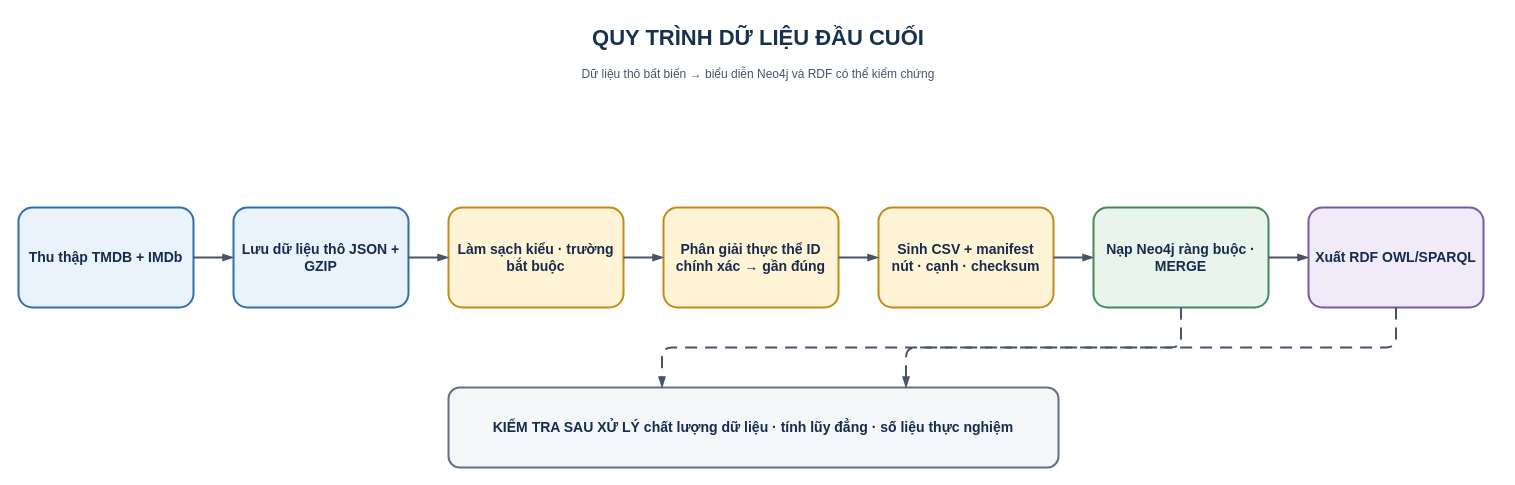
Before: report_latex/images/sources/etl_pipeline.drawio in khanhhk/advanced_database, a draw.io diagram. Source tidied: cells renumbered, new cells numbered last; positions are measured from the earlier drawing's top-left corner, leaving out a move shared by most shapes. Both pictures are drawn from the tidied source at 100%, with x=0, y=0 at pixel (18, 17).
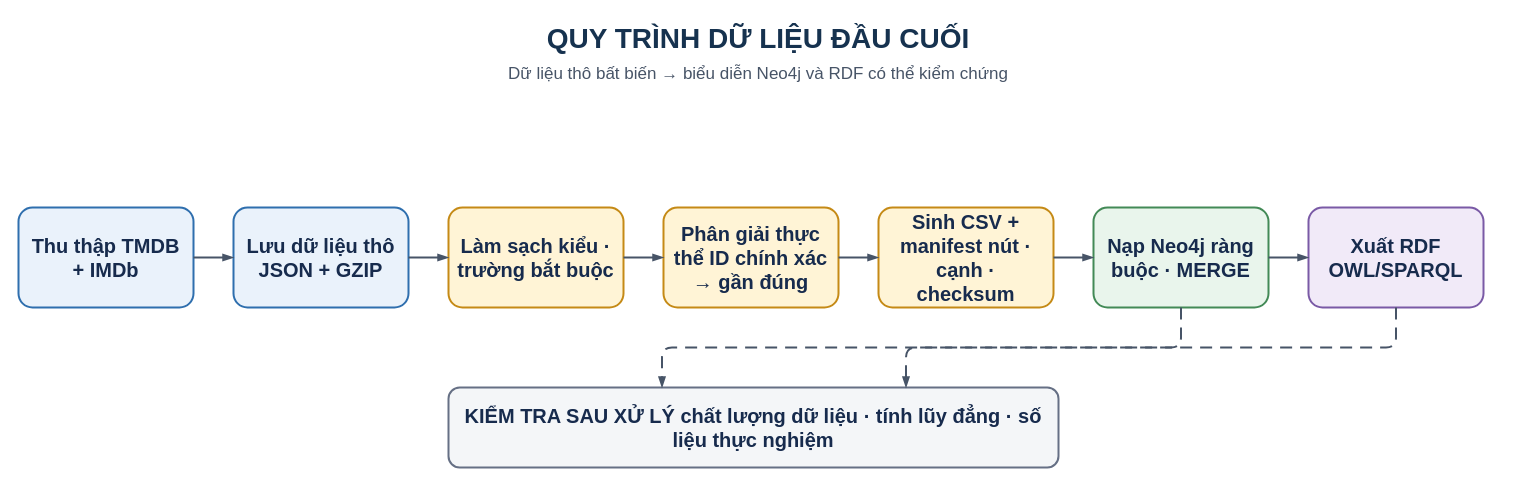
Above is the later version.

Change to the diagram source:
```diff
@@
 <mxGraphModel background="#FFFFFF">
   <root>
     <mxCell id="0" />
     <mxCell id="1" parent="0" />
-    <mxCell id="2" value="QUY TRÌNH DỮ LIỆU ĐẦU CUỐI" style="text;html=1;whiteSpace=wrap;align=center;verticalAlign=middle;fontFamily=Helvetica;fontSize=22;fontColor=#16324F;fontStyle=1;" parent="1" vertex="1">
+    <mxCell id="2" value="QUY TRÌNH DỮ LIỆU ĐẦU CUỐI" style="text;html=1;whiteSpace=wrap;align=center;verticalAlign=middle;fontFamily=Helvetica;fontSize=28;fontColor=#16324F;fontStyle=1;" parent="1" vertex="1">
       <mxGeometry width="1480" height="42" as="geometry" />
     </mxCell>
-    <mxCell id="3" value="Dữ liệu thô bất biến → biểu diễn Neo4j và RDF có thể kiểm chứng" style="text;html=1;whiteSpace=wrap;align=center;verticalAlign=middle;fontFamily=Helvetica;fontSize=12;fontColor=#475467;" parent="1" vertex="1">
+    <mxCell id="3" value="Dữ liệu thô bất biến → biểu diễn Neo4j và RDF có thể kiểm chứng" style="text;html=1;whiteSpace=wrap;align=center;verticalAlign=middle;fontFamily=Helvetica;fontSize=17;fontColor=#475467;" parent="1" vertex="1">
       <mxGeometry y="42" width="1480" height="30" as="geometry" />
     </mxCell>
-    <mxCell id="4" value="Thu thập TMDB + IMDb" style="rounded=1;arcSize=14;whiteSpace=wrap;html=1;align=center;verticalAlign=middle;spacing=8;fontFamily=Helvetica;fontSize=14;fontColor=#172B4D;fillColor=#EAF2FB;strokeColor=#2F6FAE;strokeWidth=2;fontStyle=1;" parent="1" vertex="1">
+    <mxCell id="4" value="Thu thập TMDB + IMDb" style="rounded=1;arcSize=14;whiteSpace=wrap;html=1;align=center;verticalAlign=middle;spacing=8;fontFamily=Helvetica;fontSize=20;fontColor=#172B4D;fillColor=#EAF2FB;strokeColor=#2F6FAE;strokeWidth=2;fontStyle=1;" parent="1" vertex="1">
       <mxGeometry y="190" width="175" height="100" as="geometry" />
     </mxCell>
-    <mxCell id="5" value="Lưu dữ liệu thô JSON + GZIP" style="rounded=1;arcSize=14;whiteSpace=wrap;html=1;align=center;verticalAlign=middle;spacing=8;fontFamily=Helvetica;fontSize=14;fontColor=#172B4D;fillColor=#EAF2FB;strokeColor=#2F6FAE;strokeWidth=2;fontStyle=1;" parent="1" vertex="1">
+    <mxCell id="5" value="Lưu dữ liệu thô JSON + GZIP" style="rounded=1;arcSize=14;whiteSpace=wrap;html=1;align=center;verticalAlign=middle;spacing=8;fontFamily=Helvetica;fontSize=20;fontColor=#172B4D;fillColor=#EAF2FB;strokeColor=#2F6FAE;strokeWidth=2;fontStyle=1;" parent="1" vertex="1">
       <mxGeometry x="215" y="190" width="175" height="100" as="geometry" />
     </mxCell>
-    <mxCell id="6" value="Làm sạch kiểu · trường bắt buộc" style="rounded=1;arcSize=14;whiteSpace=wrap;html=1;align=center;verticalAlign=middle;spacing=8;fontFamily=Helvetica;fontSize=14;fontColor=#172B4D;fillColor=#FFF4D6;strokeColor=#C58A16;strokeWidth=2;fontStyle=1;" parent="1" vertex="1">
+    <mxCell id="6" value="Làm sạch kiểu · trường bắt buộc" style="rounded=1;arcSize=14;whiteSpace=wrap;html=1;align=center;verticalAlign=middle;spacing=8;fontFamily=Helvetica;fontSize=20;fontColor=#172B4D;fillColor=#FFF4D6;strokeColor=#C58A16;strokeWidth=2;fontStyle=1;" parent="1" vertex="1">
       <mxGeometry x="430" y="190" width="175" height="100" as="geometry" />
     </mxCell>
-    <mxCell id="7" value="Phân giải thực thể ID chính xác → gần đúng" style="rounded=1;arcSize=14;whiteSpace=wrap;html=1;align=center;verticalAlign=middle;spacing=8;fontFamily=Helvetica;fontSize=14;fontColor=#172B4D;fillColor=#FFF4D6;strokeColor=#C58A16;strokeWidth=2;fontStyle=1;" parent="1" vertex="1">
+    <mxCell id="7" value="Phân giải thực thể ID chính xác → gần đúng" style="rounded=1;arcSize=14;whiteSpace=wrap;html=1;align=center;verticalAlign=middle;spacing=8;fontFamily=Helvetica;fontSize=20;fontColor=#172B4D;fillColor=#FFF4D6;strokeColor=#C58A16;strokeWidth=2;fontStyle=1;" parent="1" vertex="1">
       <mxGeometry x="645" y="190" width="175" height="100" as="geometry" />
     </mxCell>
-    <mxCell id="8" value="Sinh CSV + manifest nút · cạnh · checksum" style="rounded=1;arcSize=14;whiteSpace=wrap;html=1;align=center;verticalAlign=middle;spacing=8;fontFamily=Helvetica;fontSize=14;fontColor=#172B4D;fillColor=#FFF4D6;strokeColor=#C58A16;strokeWidth=2;fontStyle=1;" parent="1" vertex="1">
+    <mxCell id="8" value="Sinh CSV + manifest nút · cạnh · checksum" style="rounded=1;arcSize=14;whiteSpace=wrap;html=1;align=center;verticalAlign=middle;spacing=8;fontFamily=Helvetica;fontSize=20;fontColor=#172B4D;fillColor=#FFF4D6;strokeColor=#C58A16;strokeWidth=2;fontStyle=1;" parent="1" vertex="1">
       <mxGeometry x="860" y="190" width="175" height="100" as="geometry" />
     </mxCell>
-    <mxCell id="9" value="Nạp Neo4j ràng buộc · MERGE" style="rounded=1;arcSize=14;whiteSpace=wrap;html=1;align=center;verticalAlign=middle;spacing=8;fontFamily=Helvetica;fontSize=14;fontColor=#172B4D;fillColor=#E9F5EC;strokeColor=#438A57;strokeWidth=2;fontStyle=1;" parent="1" vertex="1">
+    <mxCell id="9" value="Nạp Neo4j ràng buộc · MERGE" style="rounded=1;arcSize=14;whiteSpace=wrap;html=1;align=center;verticalAlign=middle;spacing=8;fontFamily=Helvetica;fontSize=20;fontColor=#172B4D;fillColor=#E9F5EC;strokeColor=#438A57;strokeWidth=2;fontStyle=1;" parent="1" vertex="1">
       <mxGeometry x="1075" y="190" width="175" height="100" as="geometry" />
     </mxCell>
-    <mxCell id="10" value="Xuất RDF OWL/SPARQL" style="rounded=1;arcSize=14;whiteSpace=wrap;html=1;align=center;verticalAlign=middle;spacing=8;fontFamily=Helvetica;fontSize=14;fontColor=#172B4D;fillColor=#F1EAF8;strokeColor=#7A5AA6;strokeWidth=2;fontStyle=1;" parent="1" vertex="1">
+    <mxCell id="10" value="Xuất RDF OWL/SPARQL" style="rounded=1;arcSize=14;whiteSpace=wrap;html=1;align=center;verticalAlign=middle;spacing=8;fontFamily=Helvetica;fontSize=20;fontColor=#172B4D;fillColor=#F1EAF8;strokeColor=#7A5AA6;strokeWidth=2;fontStyle=1;" parent="1" vertex="1">
       <mxGeometry x="1290" y="190" width="175" height="100" as="geometry" />
     </mxCell>
-    <mxCell id="11" style="edgeStyle=orthogonalEdgeStyle;rounded=1;jettySize=auto;html=1;strokeColor=#475467;strokeWidth=2;endArrow=blockThin;endFill=1;fontFamily=Helvetica;fontSize=11;fontColor=#344054;labelBackgroundColor=#FFFFFF;exitX=1;exitY=0.5;exitDx=0;exitDy=0;entryX=0;entryY=0.5;entryDx=0;entryDy=0;" parent="1" edge="1" source="4" target="5">
+    <mxCell id="11" style="edgeStyle=orthogonalEdgeStyle;rounded=1;jettySize=auto;html=1;strokeColor=#475467;strokeWidth=2;endArrow=blockThin;endFill=1;fontFamily=Helvetica;fontSize=16;fontColor=#344054;labelBackgroundColor=#FFFFFF;exitX=1;exitY=0.5;exitDx=0;exitDy=0;entryX=0;entryY=0.5;entryDx=0;entryDy=0;" parent="1" edge="1" source="4" target="5">
       <mxGeometry relative="1" as="geometry" />
     </mxCell>
-    <mxCell id="12" style="edgeStyle=orthogonalEdgeStyle;rounded=1;jettySize=auto;html=1;strokeColor=#475467;strokeWidth=2;endArrow=blockThin;endFill=1;fontFamily=Helvetica;fontSize=11;fontColor=#344054;labelBackgroundColor=#FFFFFF;exitX=1;exitY=0.5;exitDx=0;exitDy=0;entryX=0;entryY=0.5;entryDx=0;entryDy=0;" parent="1" edge="1" source="5" target="6">
+    <mxCell id="12" style="edgeStyle=orthogonalEdgeStyle;rounded=1;jettySize=auto;html=1;strokeColor=#475467;strokeWidth=2;endArrow=blockThin;endFill=1;fontFamily=Helvetica;fontSize=16;fontColor=#344054;labelBackgroundColor=#FFFFFF;exitX=1;exitY=0.5;exitDx=0;exitDy=0;entryX=0;entryY=0.5;entryDx=0;entryDy=0;" parent="1" edge="1" source="5" target="6">
       <mxGeometry relative="1" as="geometry" />
     </mxCell>
-    <mxCell id="13" style="edgeStyle=orthogonalEdgeStyle;rounded=1;jettySize=auto;html=1;strokeColor=#475467;strokeWidth=2;endArrow=blockThin;endFill=1;fontFamily=Helvetica;fontSize=11;fontColor=#344054;labelBackgroundColor=#FFFFFF;exitX=1;exitY=0.5;exitDx=0;exitDy=0;entryX=0;entryY=0.5;entryDx=0;entryDy=0;" parent="1" edge="1" source="6" target="7">
+    <mxCell id="13" style="edgeStyle=orthogonalEdgeStyle;rounded=1;jettySize=auto;html=1;strokeColor=#475467;strokeWidth=2;endArrow=blockThin;endFill=1;fontFamily=Helvetica;fontSize=16;fontColor=#344054;labelBackgroundColor=#FFFFFF;exitX=1;exitY=0.5;exitDx=0;exitDy=0;entryX=0;entryY=0.5;entryDx=0;entryDy=0;" parent="1" edge="1" source="6" target="7">
       <mxGeometry relative="1" as="geometry" />
     </mxCell>
-    <mxCell id="14" style="edgeStyle=orthogonalEdgeStyle;rounded=1;jettySize=auto;html=1;strokeColor=#475467;strokeWidth=2;endArrow=blockThin;endFill=1;fontFamily=Helvetica;fontSize=11;fontColor=#344054;labelBackgroundColor=#FFFFFF;exitX=1;exitY=0.5;exitDx=0;exitDy=0;entryX=0;entryY=0.5;entryDx=0;entryDy=0;" parent="1" edge="1" source="7" target="8">
+    <mxCell id="14" style="edgeStyle=orthogonalEdgeStyle;rounded=1;jettySize=auto;html=1;strokeColor=#475467;strokeWidth=2;endArrow=blockThin;endFill=1;fontFamily=Helvetica;fontSize=16;fontColor=#344054;labelBackgroundColor=#FFFFFF;exitX=1;exitY=0.5;exitDx=0;exitDy=0;entryX=0;entryY=0.5;entryDx=0;entryDy=0;" parent="1" edge="1" source="7" target="8">
       <mxGeometry relative="1" as="geometry" />
     </mxCell>
-    <mxCell id="15" style="edgeStyle=orthogonalEdgeStyle;rounded=1;jettySize=auto;html=1;strokeColor=#475467;strokeWidth=2;endArrow=blockThin;endFill=1;fontFamily=Helvetica;fontSize=11;fontColor=#344054;labelBackgroundColor=#FFFFFF;exitX=1;exitY=0.5;exitDx=0;exitDy=0;entryX=0;entryY=0.5;entryDx=0;entryDy=0;" parent="1" edge="1" source="8" target="9">
+    <mxCell id="15" style="edgeStyle=orthogonalEdgeStyle;rounded=1;jettySize=auto;html=1;strokeColor=#475467;strokeWidth=2;endArrow=blockThin;endFill=1;fontFamily=Helvetica;fontSize=16;fontColor=#344054;labelBackgroundColor=#FFFFFF;exitX=1;exitY=0.5;exitDx=0;exitDy=0;entryX=0;entryY=0.5;entryDx=0;entryDy=0;" parent="1" edge="1" source="8" target="9">
       <mxGeometry relative="1" as="geometry" />
     </mxCell>
-    <mxCell id="16" style="edgeStyle=orthogonalEdgeStyle;rounded=1;jettySize=auto;html=1;strokeColor=#475467;strokeWidth=2;endArrow=blockThin;endFill=1;fontFamily=Helvetica;fontSize=11;fontColor=#344054;labelBackgroundColor=#FFFFFF;exitX=1;exitY=0.5;exitDx=0;exitDy=0;entryX=0;entryY=0.5;entryDx=0;entryDy=0;" parent="1" edge="1" source="9" target="10">
+    <mxCell id="16" style="edgeStyle=orthogonalEdgeStyle;rounded=1;jettySize=auto;html=1;strokeColor=#475467;strokeWidth=2;endArrow=blockThin;endFill=1;fontFamily=Helvetica;fontSize=16;fontColor=#344054;labelBackgroundColor=#FFFFFF;exitX=1;exitY=0.5;exitDx=0;exitDy=0;entryX=0;entryY=0.5;entryDx=0;entryDy=0;" parent="1" edge="1" source="9" target="10">
       <mxGeometry relative="1" as="geometry" />
     </mxCell>
-    <mxCell id="17" value="KIỂM TRA SAU XỬ LÝ chất lượng dữ liệu · tính lũy đẳng · số liệu thực nghiệm" style="rounded=1;arcSize=14;whiteSpace=wrap;html=1;align=center;verticalAlign=middle;spacing=8;fontFamily=Helvetica;fontSize=14;fontColor=#172B4D;fillColor=#F4F6F8;strokeColor=#667085;strokeWidth=2;fontStyle=1;" parent="1" vertex="1">
+    <mxCell id="17" value="KIỂM TRA SAU XỬ LÝ chất lượng dữ liệu · tính lũy đẳng · số liệu thực nghiệm" style="rounded=1;arcSize=14;whiteSpace=wrap;html=1;align=center;verticalAlign=middle;spacing=8;fontFamily=Helvetica;fontSize=20;fontColor=#172B4D;fillColor=#F4F6F8;strokeColor=#667085;strokeWidth=2;fontStyle=1;" parent="1" vertex="1">
       <mxGeometry x="430" y="370" width="610" height="80" as="geometry" />
     </mxCell>
-    <mxCell id="18" style="edgeStyle=orthogonalEdgeStyle;rounded=1;jettySize=auto;html=1;strokeColor=#475467;strokeWidth=2;endArrow=blockThin;endFill=1;fontFamily=Helvetica;fontSize=11;fontColor=#344054;labelBackgroundColor=#FFFFFF;exitX=0.5;exitY=1;exitDx=0;exitDy=0;entryX=0.35;entryY=0;entryDx=0;entryDy=0;dashed=1;dashPattern=6 4;" parent="1" edge="1" source="9" target="17">
+    <mxCell id="18" style="edgeStyle=orthogonalEdgeStyle;rounded=1;jettySize=auto;html=1;strokeColor=#475467;strokeWidth=2;endArrow=blockThin;endFill=1;fontFamily=Helvetica;fontSize=16;fontColor=#344054;labelBackgroundColor=#FFFFFF;exitX=0.5;exitY=1;exitDx=0;exitDy=0;entryX=0.35;entryY=0;entryDx=0;entryDy=0;dashed=1;dashPattern=6 4;" parent="1" edge="1" source="9" target="17">
       <mxGeometry relative="1" as="geometry" />
     </mxCell>
-    <mxCell id="19" style="edgeStyle=orthogonalEdgeStyle;rounded=1;jettySize=auto;html=1;strokeColor=#475467;strokeWidth=2;endArrow=blockThin;endFill=1;fontFamily=Helvetica;fontSize=11;fontColor=#344054;labelBackgroundColor=#FFFFFF;exitX=0.5;exitY=1;exitDx=0;exitDy=0;entryX=0.75;entryY=0;entryDx=0;entryDy=0;dashed=1;dashPattern=6 4;" parent="1" edge="1" source="10" target="17">
+    <mxCell id="19" style="edgeStyle=orthogonalEdgeStyle;rounded=1;jettySize=auto;html=1;strokeColor=#475467;strokeWidth=2;endArrow=blockThin;endFill=1;fontFamily=Helvetica;fontSize=16;fontColor=#344054;labelBackgroundColor=#FFFFFF;exitX=0.5;exitY=1;exitDx=0;exitDy=0;entryX=0.75;entryY=0;entryDx=0;entryDy=0;dashed=1;dashPattern=6 4;" parent="1" edge="1" source="10" target="17">
       <mxGeometry relative="1" as="geometry" />
     </mxCell>
   </root>
 </mxGraphModel>
```
